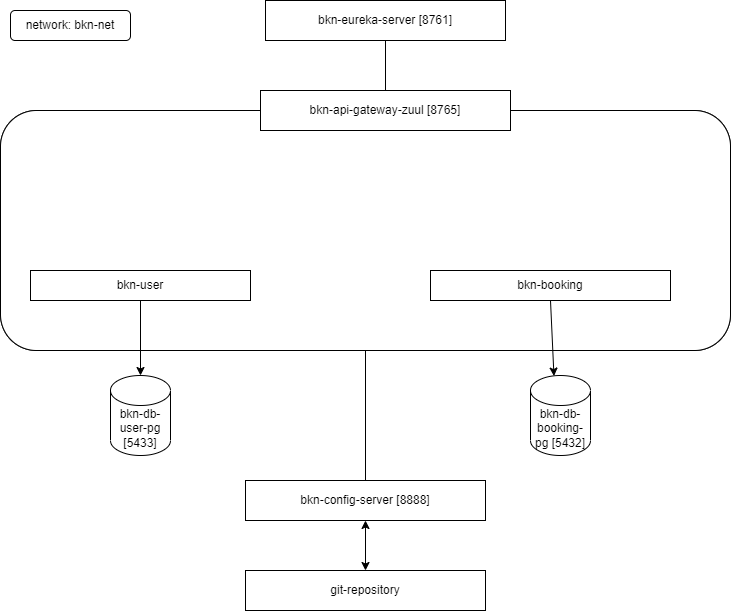
This is booking-ms-architecture.png from fernandooliveira19/bookings-architecture-diagram, a draw.io export, as it was before one commit. Source tidied: cells renumbered, new cells last; positions are measured from the earlier drawing's top-left corner, leaving out a move shared by most shapes.
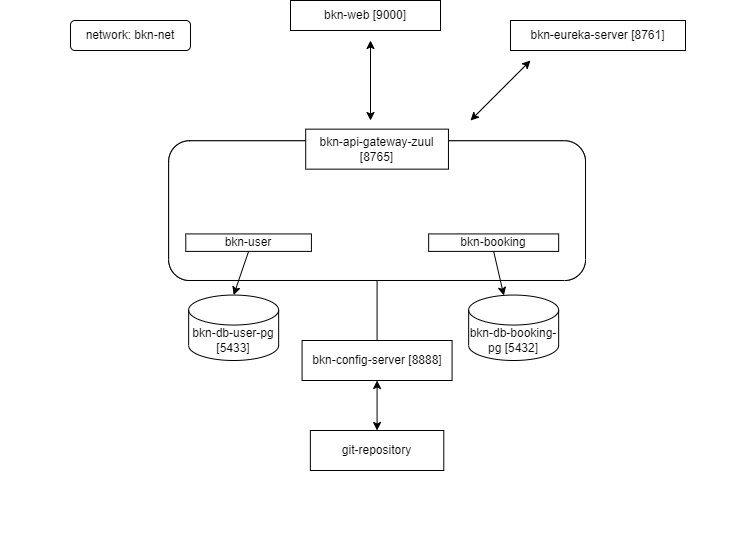
The same diagram one commit later.

Change to the diagram source:
```diff
@@ -3,73 +3,79 @@
     <mxCell id="0" />
     <mxCell id="1" parent="0" />
     <mxCell id="2" value="bkn-eureka-server [8761]" style="rounded=0;whiteSpace=wrap;html=1;" parent="1" vertex="1">
-      <mxGeometry x="265" width="240" height="40" as="geometry" />
+      <mxGeometry x="530" y="40" width="175" height="30" as="geometry" />
     </mxCell>
-    <mxCell id="3" style="endArrow=none;html=1;entryX=0.5;entryY=1;entryDx=0;entryDy=0;exitX=0.5;exitY=0;exitDx=0;exitDy=0;" parent="1" edge="1" source="10" target="2">
-      <mxGeometry relative="1" as="geometry" />
-    </mxCell>
-    <mxCell id="4" value="git-repository" style="rounded=0;whiteSpace=wrap;html=1;" parent="1" vertex="1">
-      <mxGeometry x="245" y="570" width="240" height="40" as="geometry" />
-    </mxCell>
     <mxCell id="5" style="group;" parent="1" vertex="1">
       <mxGeometry x="20" y="140" width="730" height="430" as="geometry" />
     </mxCell>
-    <mxCell id="6" value="bkn-config-server [8888]" style="rounded=0;whiteSpace=wrap;html=1;" parent="5" vertex="1">
-      <mxGeometry x="225" y="340" width="240" height="40" as="geometry" />
-    </mxCell>
     <mxCell id="7" style="group;" parent="5" vertex="1">
-      <mxGeometry x="-20" y="-50" width="730" height="370" as="geometry" />
+      <mxGeometry x="145" y="-50" width="440" height="328.6" as="geometry" />
     </mxCell>
     <mxCell id="8" style="group;" parent="7" vertex="1">
-      <mxGeometry width="730" height="370" as="geometry" />
+      <mxGeometry x="23.2" y="58.6" width="416.8" height="251.3" as="geometry" />
     </mxCell>
     <mxCell id="9" style="rounded=1;whiteSpace=wrap;html=1;" parent="8" vertex="1">
-      <mxGeometry y="20" width="730" height="240" as="geometry" />
+      <mxGeometry y="11.6" width="416.8" height="139.7" as="geometry" />
     </mxCell>
-    <mxCell id="10" value="bkn-api-gateway-zuul [8765]" style="rounded=0;whiteSpace=wrap;html=1;" parent="8" vertex="1">
-      <mxGeometry x="260" width="250" height="40" as="geometry" />
-    </mxCell>
     <mxCell id="11" style="group;" parent="8" vertex="1">
-      <mxGeometry width="730" height="370" as="geometry" />
+      <mxGeometry width="416.8" height="251.3" as="geometry" />
     </mxCell>
     <mxCell id="12" style="group;" parent="11" vertex="1">
-      <mxGeometry width="730" height="260" as="geometry" />
+      <mxGeometry width="416.8" height="151.3" as="geometry" />
     </mxCell>
     <mxCell id="13" style="rounded=1;whiteSpace=wrap;html=1;" parent="12" vertex="1">
-      <mxGeometry y="20" width="730" height="240" as="geometry" />
+      <mxGeometry y="11.6" width="416.8" height="139.7" as="geometry" />
     </mxCell>
     <mxCell id="14" value="bkn-api-gateway-zuul [8765]" style="rounded=0;whiteSpace=wrap;html=1;" parent="12" vertex="1">
-      <mxGeometry x="260" width="250" height="40" as="geometry" />
+      <mxGeometry x="137" width="142.8" height="40" as="geometry" />
     </mxCell>
-    <mxCell id="15" value="bkn-oauth" style="rounded=0;whiteSpace=wrap;html=1;" parent="12" vertex="1">
-      <mxGeometry x="30" y="90" width="220" height="30" as="geometry" />
-    </mxCell>
     <mxCell id="16" value="bkn-user" style="rounded=0;whiteSpace=wrap;html=1;" parent="12" vertex="1">
-      <mxGeometry x="30" y="180" width="220" height="30" as="geometry" />
+      <mxGeometry x="17.1" y="104.8" width="125.6" height="17.5" as="geometry" />
     </mxCell>
     <mxCell id="17" value="bkn-booking" style="rounded=0;whiteSpace=wrap;html=1;" parent="12" vertex="1">
-      <mxGeometry x="430" y="180" width="240" height="30" as="geometry" />
+      <mxGeometry x="260" y="104.8" width="130" height="17.5" as="geometry" />
     </mxCell>
     <mxCell id="18" value="bkn-db-booking-pg [5432]" style="shape=cylinder3;whiteSpace=wrap;html=1;boundedLbl=1;backgroundOutline=1;size=15;" parent="11" vertex="1">
-      <mxGeometry x="530" y="285" width="60" height="80" as="geometry" />
+      <mxGeometry x="300" y="165.9" width="90" height="65.5" as="geometry" />
     </mxCell>
     <mxCell id="19" style="endArrow=classic;html=1;entryX=0.391;entryY=0.007;entryDx=0;entryDy=0;entryPerimeter=0;exitX=0.5;exitY=1;exitDx=0;exitDy=0;" parent="11" edge="1" source="17" target="18">
       <mxGeometry relative="1" as="geometry" />
     </mxCell>
     <mxCell id="20" value="bkn-db-user-pg [5433]" style="shape=cylinder3;whiteSpace=wrap;html=1;boundedLbl=1;backgroundOutline=1;size=15;" parent="11" vertex="1">
-      <mxGeometry x="110" y="285" width="60" height="80" as="geometry" />
+      <mxGeometry x="20" y="165.9" width="90" height="65.5" as="geometry" />
     </mxCell>
     <mxCell id="21" style="endArrow=classic;html=1;entryX=0.5;entryY=0;entryDx=0;entryDy=0;entryPerimeter=0;exitX=0.5;exitY=1;exitDx=0;exitDy=0;" parent="11" edge="1" source="16" target="20">
       <mxGeometry relative="1" as="geometry" />
     </mxCell>
+    <mxCell id="6" value="bkn-config-server [8888]" style="rounded=0;whiteSpace=wrap;html=1;" parent="11" vertex="1">
+      <mxGeometry x="133.4" y="211.3" width="150" height="40" as="geometry" />
+    </mxCell>
-    <mxCell id="22" style="endArrow=none;html=1;entryX=0.5;entryY=1;entryDx=0;entryDy=0;" parent="5" edge="1" source="6" target="13">
+    <mxCell id="22" style="endArrow=none;html=1;entryX=0.5;entryY=1;entryDx=0;entryDy=0;" parent="11" edge="1" source="6" target="13">
       <mxGeometry relative="1" as="geometry" />
     </mxCell>
+    <mxCell id="25" style="endArrow=classic;startArrow=classic;html=1;rounded=0;" parent="7" edge="1">
+      <mxGeometry relative="1" as="geometry">
+        <mxPoint x="225" y="50" as="sourcePoint" />
+        <mxPoint x="225" y="-30" as="targetPoint" />
+      </mxGeometry>
+    </mxCell>
+    <mxCell id="26" style="endArrow=classic;startArrow=classic;html=1;rounded=0;" parent="7" edge="1">
+      <mxGeometry relative="1" as="geometry">
+        <mxPoint x="325" y="50" as="sourcePoint" />
+        <mxPoint x="385" y="-10" as="targetPoint" />
+      </mxGeometry>
+    </mxCell>
+    <mxCell id="4" value="git-repository" style="rounded=0;whiteSpace=wrap;html=1;" parent="5" vertex="1">
+      <mxGeometry x="309.9" y="310" width="133.4" height="40" as="geometry" />
+    </mxCell>
-    <mxCell id="23" style="endArrow=classic;startArrow=classic;html=1;entryX=0.5;entryY=1;entryDx=0;entryDy=0;exitX=0.5;exitY=0;exitDx=0;exitDy=0;" parent="1" edge="1" source="4" target="6">
+    <mxCell id="23" style="endArrow=classic;startArrow=classic;html=1;entryX=0.5;entryY=1;entryDx=0;entryDy=0;exitX=0.5;exitY=0;exitDx=0;exitDy=0;" parent="5" edge="1" source="4" target="6">
       <mxGeometry relative="1" as="geometry" />
     </mxCell>
     <mxCell id="24" value="network: bkn-net" style="rounded=1;whiteSpace=wrap;html=1;" parent="1" vertex="1">
-      <mxGeometry x="10" y="10" width="120" height="30" as="geometry" />
+      <mxGeometry x="90" y="40" width="120" height="30" as="geometry" />
     </mxCell>
+    <mxCell id="27" value="bkn-web [9000]" style="rounded=0;whiteSpace=wrap;html=1;" parent="1" vertex="1">
+      <mxGeometry x="310" y="20" width="150" height="30" as="geometry" />
+    </mxCell>
   </root>
 </mxGraphModel>
```
